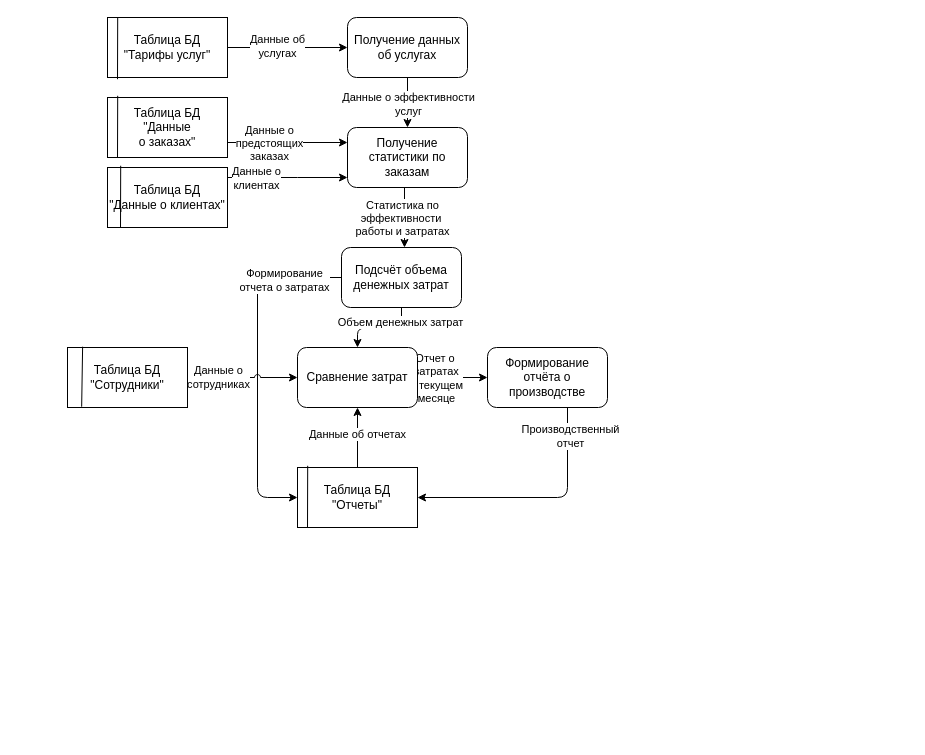
This is lab8/lab.drawio from MBHuman/7semURAIS, a draw.io file, before an edit. Source tidied: cells renumbered, new cells numbered last; positions are measured from the earlier drawing's top-left corner, leaving out a move shared by most shapes. Both pictures are drawn from the tidied source at 100%, with x=0, y=0 at pixel (67, 17).
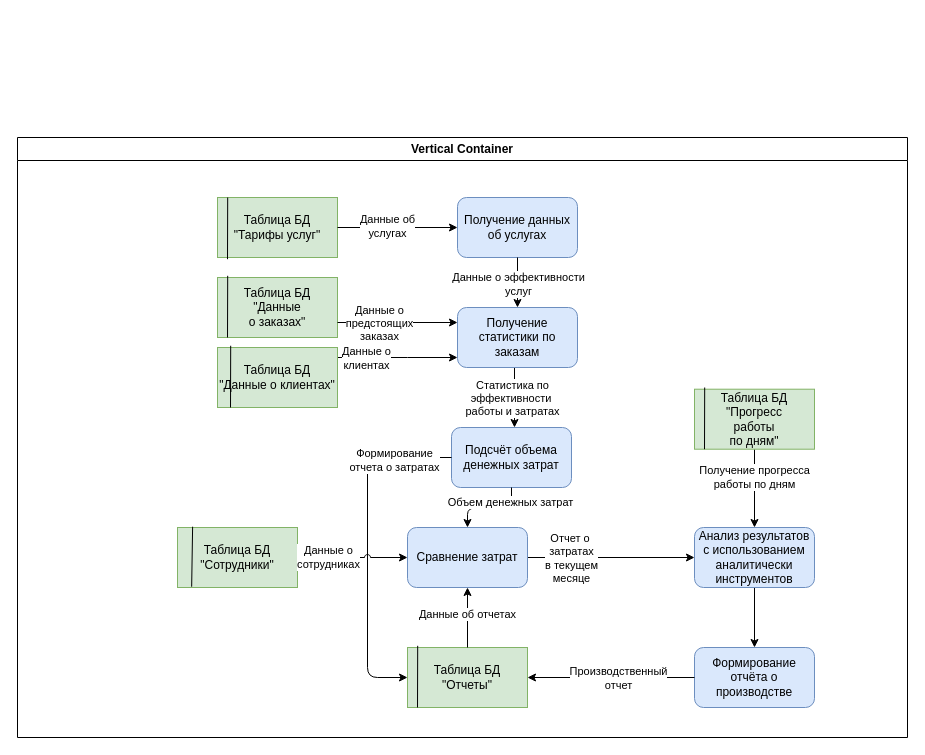
The same diagram, later.

Diff of the diagram source:
```diff
@@
+    <mxCell id="39" value="Vertical Container" style="swimlane;whiteSpace=wrap;html=1;swimlaneFillColor=default;" parent="1" vertex="1">
+      <mxGeometry x="-50" y="120" width="890" height="600" as="geometry" />
+    </mxCell>
+    <mxCell id="4" value="Таблица БД &quot;Тарифы услуг&quot;" style="rounded=0;whiteSpace=wrap;html=1;fillColor=#d5e8d4;strokeColor=#82b366;" parent="39" vertex="1">
+      <mxGeometry x="200" y="60" width="120" height="60" as="geometry" />
+    </mxCell>
+    <mxCell id="7" value="Таблица БД&lt;br&gt;&quot;Данные &lt;br&gt;о заказах&quot;" style="rounded=0;whiteSpace=wrap;html=1;fillColor=#d5e8d4;strokeColor=#82b366;" parent="39" vertex="1">
+      <mxGeometry x="200" y="140" width="120" height="60" as="geometry" />
+    </mxCell>
+    <mxCell id="10" value="Получение данных об услугах" style="rounded=1;whiteSpace=wrap;html=1;fillColor=#dae8fc;strokeColor=#6c8ebf;" parent="39" vertex="1">
+      <mxGeometry x="440" y="60" width="120" height="60" as="geometry" />
+    </mxCell>
-    <mxCell id="2" style="edgeStyle=orthogonalEdgeStyle;html=1;" parent="1" edge="1" source="4" target="10">
+    <mxCell id="2" style="edgeStyle=orthogonalEdgeStyle;html=1;" parent="39" edge="1" source="4" target="10">
       <mxGeometry relative="1" as="geometry" />
     </mxCell>
@@
-    <mxCell id="4" value="Таблица БД &quot;Тарифы услуг&quot;" style="rounded=0;whiteSpace=wrap;html=1;" parent="1" vertex="1">
-      <mxGeometry x="40" width="120" height="60" as="geometry" />
-    </mxCell>
-    <mxCell id="5" style="edgeStyle=elbowEdgeStyle;html=1;elbow=vertical;" parent="1" edge="1" source="7" target="18">
-      <mxGeometry relative="1" as="geometry" />
-    </mxCell>
-    <mxCell id="6" value="Данные о&lt;br&gt;предстоящих&lt;br&gt;заказах" style="edgeLabel;html=1;align=center;verticalAlign=middle;" parent="5" vertex="1">
-      <mxGeometry x="-0.31" relative="1" as="geometry" />
-    </mxCell>
-    <mxCell id="7" value="Таблица БД&lt;br&gt;&quot;Данные &lt;br&gt;о заказах&quot;" style="rounded=0;whiteSpace=wrap;html=1;" parent="1" vertex="1">
-      <mxGeometry x="40" y="80" width="120" height="60" as="geometry" />
-    </mxCell>
-    <mxCell id="8" style="edgeStyle=orthogonalEdgeStyle;html=1;" parent="1" edge="1" source="10" target="18">
-      <mxGeometry relative="1" as="geometry" />
-    </mxCell>
-    <mxCell id="9" value="Данные о эффективности&lt;br&gt;услуг" style="edgeLabel;html=1;align=center;verticalAlign=middle;" parent="8" vertex="1">
-      <mxGeometry x="0.02" relative="1" as="geometry" />
-    </mxCell>
-    <mxCell id="10" value="Получение данных об услугах" style="rounded=1;whiteSpace=wrap;html=1;" parent="1" vertex="1">
-      <mxGeometry x="280" width="120" height="60" as="geometry" />
-    </mxCell>
-    <mxCell id="11" style="edgeStyle=elbowEdgeStyle;html=1;elbow=vertical;" parent="1" edge="1" source="15" target="33">
-      <mxGeometry relative="1" as="geometry" />
-    </mxCell>
-    <mxCell id="12" value="Объем денежных затрат" style="edgeLabel;html=1;align=center;verticalAlign=middle;" parent="11" vertex="1">
-      <mxGeometry x="-0.66" y="-2" relative="1" as="geometry" />
-    </mxCell>
-    <mxCell id="13" style="edgeStyle=orthogonalEdgeStyle;html=1;jumpStyle=arc;" parent="1" edge="1" source="15" target="30">
-      <mxGeometry relative="1" as="geometry">
-        <Array as="points">
-          <mxPoint x="190" y="260" />
-          <mxPoint x="190" y="480" />
-        </Array>
-      </mxGeometry>
-    </mxCell>
-    <mxCell id="14" value="Формирование&lt;br&gt;отчета о затратах" style="edgeLabel;html=1;align=center;verticalAlign=middle;" parent="13" vertex="1">
-      <mxGeometry x="-0.66" y="2" relative="1" as="geometry" />
-    </mxCell>
-    <mxCell id="15" value="Подсчёт объема денежных затрат" style="rounded=1;whiteSpace=wrap;html=1;" parent="1" vertex="1">
-      <mxGeometry x="274" y="230" width="120" height="60" as="geometry" />
+    <mxCell id="15" value="Подсчёт объема денежных затрат" style="rounded=1;whiteSpace=wrap;html=1;fillColor=#dae8fc;strokeColor=#6c8ebf;" parent="39" vertex="1">
+      <mxGeometry x="434" y="290" width="120" height="60" as="geometry" />
     </mxCell>
-    <mxCell id="16" style="edgeStyle=elbowEdgeStyle;html=1;" parent="1" edge="1" source="18" target="15">
+    <mxCell id="16" style="edgeStyle=elbowEdgeStyle;html=1;" parent="39" edge="1" source="18" target="15">
       <mxGeometry relative="1" as="geometry" />
     </mxCell>
@@
-    <mxCell id="18" value="Получение статистики по заказам" style="rounded=1;whiteSpace=wrap;html=1;" parent="1" vertex="1">
-      <mxGeometry x="280" y="110" width="120" height="60" as="geometry" />
+    <mxCell id="18" value="Получение статистики по заказам" style="rounded=1;whiteSpace=wrap;html=1;fillColor=#dae8fc;strokeColor=#6c8ebf;" parent="39" vertex="1">
+      <mxGeometry x="440" y="170" width="120" height="60" as="geometry" />
     </mxCell>
-    <mxCell id="19" style="edgeStyle=orthogonalEdgeStyle;html=1;" parent="1" edge="1" source="21" target="30">
-      <mxGeometry relative="1" as="geometry">
-        <Array as="points">
-          <mxPoint x="500" y="480" />
-        </Array>
-      </mxGeometry>
-    </mxCell>
-    <mxCell id="20" value="Производственный&lt;br&gt;отчет" style="edgeLabel;html=1;align=center;verticalAlign=middle;" parent="19" vertex="1">
-      <mxGeometry x="-0.77" y="2" relative="1" as="geometry" />
-    </mxCell>
+    <mxCell id="5" style="edgeStyle=elbowEdgeStyle;html=1;elbow=vertical;" parent="39" edge="1" source="7" target="18">
+      <mxGeometry relative="1" as="geometry" />
+    </mxCell>
+    <mxCell id="6" value="Данные о&lt;br&gt;предстоящих&lt;br&gt;заказах" style="edgeLabel;html=1;align=center;verticalAlign=middle;" parent="5" vertex="1">
+      <mxGeometry x="-0.31" relative="1" as="geometry" />
+    </mxCell>
+    <mxCell id="8" style="edgeStyle=orthogonalEdgeStyle;html=1;" parent="39" edge="1" source="10" target="18">
+      <mxGeometry relative="1" as="geometry" />
+    </mxCell>
+    <mxCell id="9" value="Данные о эффективности&lt;br&gt;услуг" style="edgeLabel;html=1;align=center;verticalAlign=middle;" parent="8" vertex="1">
+      <mxGeometry x="0.02" relative="1" as="geometry" />
+    </mxCell>
-    <mxCell id="21" value="Формирование отчёта о производстве" style="rounded=1;whiteSpace=wrap;html=1;" parent="1" vertex="1">
-      <mxGeometry x="420" y="330" width="120" height="60" as="geometry" />
+    <mxCell id="21" value="Формирование отчёта о производстве" style="rounded=1;whiteSpace=wrap;html=1;fillColor=#dae8fc;strokeColor=#6c8ebf;" parent="39" vertex="1">
+      <mxGeometry x="677" y="510" width="120" height="60" as="geometry" />
     </mxCell>
-    <mxCell id="22" style="edgeStyle=elbowEdgeStyle;html=1;elbow=vertical;" parent="1" edge="1" source="24" target="18">
+    <mxCell id="22" style="edgeStyle=elbowEdgeStyle;html=1;elbow=vertical;" parent="39" edge="1" source="24" target="18">
       <mxGeometry relative="1" as="geometry" />
     </mxCell>
@@
-    <mxCell id="24" value="Таблица БД&lt;br&gt;&quot;Данные о клиентах&quot;" style="rounded=0;whiteSpace=wrap;html=1;" parent="1" vertex="1">
-      <mxGeometry x="40" y="150" width="120" height="60" as="geometry" />
+    <mxCell id="24" value="Таблица БД&lt;br&gt;&quot;Данные о клиентах&quot;" style="rounded=0;whiteSpace=wrap;html=1;fillColor=#d5e8d4;strokeColor=#82b366;" parent="39" vertex="1">
+      <mxGeometry x="200" y="210" width="120" height="60" as="geometry" />
     </mxCell>
+    <mxCell id="27" value="Таблица БД&lt;br style=&quot;border-color: var(--border-color);&quot;&gt;&quot;Сотрудники&quot;" style="rounded=0;whiteSpace=wrap;html=1;fillColor=#d5e8d4;strokeColor=#82b366;" parent="39" vertex="1">
+      <mxGeometry x="160" y="390" width="120" height="60" as="geometry" />
+    </mxCell>
+    <mxCell id="30" value="Таблица БД&lt;br style=&quot;border-color: var(--border-color);&quot;&gt;&quot;Отчеты&quot;" style="rounded=0;whiteSpace=wrap;html=1;fillColor=#d5e8d4;strokeColor=#82b366;" parent="39" vertex="1">
+      <mxGeometry x="390" y="510" width="120" height="60" as="geometry" />
+    </mxCell>
+    <mxCell id="13" style="edgeStyle=orthogonalEdgeStyle;html=1;jumpStyle=arc;" parent="39" edge="1" source="15" target="30">
+      <mxGeometry relative="1" as="geometry">
+        <Array as="points">
+          <mxPoint x="350" y="320" />
+          <mxPoint x="350" y="540" />
+        </Array>
+      </mxGeometry>
+    </mxCell>
+    <mxCell id="14" value="Формирование&lt;br&gt;отчета о затратах" style="edgeLabel;html=1;align=center;verticalAlign=middle;" parent="13" vertex="1">
+      <mxGeometry x="-0.66" y="2" relative="1" as="geometry" />
+    </mxCell>
+    <mxCell id="19" style="edgeStyle=orthogonalEdgeStyle;html=1;" parent="39" edge="1" source="21" target="30">
+      <mxGeometry relative="1" as="geometry">
+        <Array as="points">
+          <mxPoint x="770" y="540" />
+        </Array>
+      </mxGeometry>
+    </mxCell>
+    <mxCell id="20" value="Производственный&lt;br&gt;отчет" style="edgeLabel;html=1;align=center;verticalAlign=middle;" parent="19" vertex="1">
+      <mxGeometry x="-0.77" y="2" relative="1" as="geometry">
+        <mxPoint x="-58" y="-2" as="offset" />
+      </mxGeometry>
+    </mxCell>
+    <mxCell id="40" style="edgeStyle=orthogonalEdgeStyle;html=1;" parent="39" edge="1" source="33" target="46">
+      <mxGeometry relative="1" as="geometry" />
+    </mxCell>
+    <mxCell id="32" value="Отчет о&amp;nbsp;&lt;br&gt;затратах&lt;br&gt;в текущем&lt;br&gt;месяце" style="edgeLabel;html=1;align=center;verticalAlign=middle;" parent="40" vertex="1">
+      <mxGeometry x="-0.48" relative="1" as="geometry" />
+    </mxCell>
+    <mxCell id="33" value="Сравнение затрат" style="rounded=1;whiteSpace=wrap;html=1;fillColor=#dae8fc;strokeColor=#6c8ebf;" parent="39" vertex="1">
+      <mxGeometry x="390" y="390" width="120" height="60" as="geometry" />
+    </mxCell>
+    <mxCell id="11" style="edgeStyle=elbowEdgeStyle;html=1;elbow=vertical;" parent="39" edge="1" source="15" target="33">
+      <mxGeometry relative="1" as="geometry" />
+    </mxCell>
+    <mxCell id="12" value="Объем денежных затрат" style="edgeLabel;html=1;align=center;verticalAlign=middle;" parent="11" vertex="1">
+      <mxGeometry x="-0.66" y="-2" relative="1" as="geometry" />
+    </mxCell>
-    <mxCell id="25" style="edgeStyle=orthogonalEdgeStyle;html=1;jumpStyle=arc;" parent="1" edge="1" source="27" target="33">
+    <mxCell id="25" style="edgeStyle=orthogonalEdgeStyle;html=1;jumpStyle=arc;" parent="39" edge="1" source="27" target="33">
       <mxGeometry relative="1" as="geometry" />
     </mxCell>
@@
-    <mxCell id="27" value="Таблица БД&lt;br style=&quot;border-color: var(--border-color);&quot;&gt;&quot;Сотрудники&quot;" style="rounded=0;whiteSpace=wrap;html=1;" parent="1" vertex="1">
-      <mxGeometry y="330" width="120" height="60" as="geometry" />
-    </mxCell>
-    <mxCell id="28" style="edgeStyle=orthogonalEdgeStyle;html=1;" parent="1" edge="1" source="30" target="33">
+    <mxCell id="28" style="edgeStyle=orthogonalEdgeStyle;html=1;" parent="39" edge="1" source="30" target="33">
       <mxGeometry relative="1" as="geometry" />
     </mxCell>
@@
-    <mxCell id="30" value="Таблица БД&lt;br style=&quot;border-color: var(--border-color);&quot;&gt;&quot;Отчеты&quot;" style="rounded=0;whiteSpace=wrap;html=1;" parent="1" vertex="1">
-      <mxGeometry x="230" y="450" width="120" height="60" as="geometry" />
-    </mxCell>
-    <mxCell id="31" style="edgeStyle=orthogonalEdgeStyle;html=1;" parent="1" edge="1" source="33" target="21">
-      <mxGeometry relative="1" as="geometry" />
-    </mxCell>
-    <mxCell id="32" value="Отчет о&amp;nbsp;&lt;br&gt;затратах&lt;br&gt;в текущем&lt;br&gt;месяце" style="edgeLabel;html=1;align=center;verticalAlign=middle;" parent="31" vertex="1">
-      <mxGeometry x="-0.48" relative="1" as="geometry" />
-    </mxCell>
-    <mxCell id="33" value="Сравнение затрат" style="rounded=1;whiteSpace=wrap;html=1;" parent="1" vertex="1">
-      <mxGeometry x="230" y="330" width="120" height="60" as="geometry" />
-    </mxCell>
-    <mxCell id="34" style="endArrow=none;html=1;jumpStyle=arc;entryX=0.126;entryY=-0.013;entryDx=0;entryDy=0;entryPerimeter=0;exitX=0.118;exitY=0.987;exitDx=0;exitDy=0;exitPerimeter=0;edgeStyle=elbowEdgeStyle;elbow=vertical;" parent="1" edge="1" source="27" target="27">
+    <mxCell id="34" style="endArrow=none;html=1;jumpStyle=arc;entryX=0.126;entryY=-0.013;entryDx=0;entryDy=0;entryPerimeter=0;exitX=0.118;exitY=0.987;exitDx=0;exitDy=0;exitPerimeter=0;edgeStyle=elbowEdgeStyle;elbow=vertical;" parent="39" edge="1" source="27" target="27">
       <mxGeometry relative="1" as="geometry" />
     </mxCell>
-    <mxCell id="35" style="endArrow=none;html=1;jumpStyle=arc;edgeStyle=elbowEdgeStyle;elbow=vertical;entryX=0.11;entryY=-0.029;entryDx=0;entryDy=0;entryPerimeter=0;" parent="1" edge="1" target="24">
-      <mxGeometry relative="1" as="geometry">
-        <mxPoint x="53" y="210" as="sourcePoint" />
-      </mxGeometry>
-    </mxCell>
-    <mxCell id="36" style="endArrow=none;html=1;jumpStyle=arc;edgeStyle=elbowEdgeStyle;elbow=vertical;entryX=0.11;entryY=-0.029;entryDx=0;entryDy=0;entryPerimeter=0;" parent="1" edge="1">
-      <mxGeometry relative="1" as="geometry">
-        <mxPoint x="50" y="140" as="sourcePoint" />
-        <mxPoint x="50.2" y="78.3" as="targetPoint" />
-      </mxGeometry>
-    </mxCell>
-    <mxCell id="37" style="endArrow=none;html=1;jumpStyle=arc;edgeStyle=elbowEdgeStyle;elbow=vertical;entryX=0.11;entryY=-0.029;entryDx=0;entryDy=0;entryPerimeter=0;" parent="1" edge="1">
-      <mxGeometry relative="1" as="geometry">
-        <mxPoint x="50" y="61.7" as="sourcePoint" />
-        <mxPoint x="50.2" as="targetPoint" />
-      </mxGeometry>
-    </mxCell>
-    <mxCell id="38" style="endArrow=none;html=1;jumpStyle=arc;edgeStyle=elbowEdgeStyle;elbow=vertical;entryX=0.11;entryY=-0.029;entryDx=0;entryDy=0;entryPerimeter=0;" parent="1" edge="1">
-      <mxGeometry relative="1" as="geometry">
-        <mxPoint x="240" y="510" as="sourcePoint" />
-        <mxPoint x="240.2" y="448.3" as="targetPoint" />
-      </mxGeometry>
-    </mxCell>
+    <mxCell id="41" style="endArrow=none;html=1;jumpStyle=arc;edgeStyle=elbowEdgeStyle;elbow=vertical;entryX=0.11;entryY=-0.029;entryDx=0;entryDy=0;entryPerimeter=0;" parent="39" edge="1" target="24">
+      <mxGeometry relative="1" as="geometry">
+        <mxPoint x="213" y="270" as="sourcePoint" />
+      </mxGeometry>
+    </mxCell>
+    <mxCell id="42" style="endArrow=none;html=1;jumpStyle=arc;edgeStyle=elbowEdgeStyle;elbow=vertical;entryX=0.11;entryY=-0.029;entryDx=0;entryDy=0;entryPerimeter=0;" parent="39" edge="1">
+      <mxGeometry relative="1" as="geometry">
+        <mxPoint x="210" y="200" as="sourcePoint" />
+        <mxPoint x="210.2" y="138.3" as="targetPoint" />
+      </mxGeometry>
+    </mxCell>
+    <mxCell id="43" style="endArrow=none;html=1;jumpStyle=arc;edgeStyle=elbowEdgeStyle;elbow=vertical;entryX=0.11;entryY=-0.029;entryDx=0;entryDy=0;entryPerimeter=0;" parent="39" edge="1">
+      <mxGeometry relative="1" as="geometry">
+        <mxPoint x="210" y="121.7" as="sourcePoint" />
+        <mxPoint x="210.2" y="60" as="targetPoint" />
+      </mxGeometry>
+    </mxCell>
+    <mxCell id="44" style="endArrow=none;html=1;jumpStyle=arc;edgeStyle=elbowEdgeStyle;elbow=vertical;entryX=0.11;entryY=-0.029;entryDx=0;entryDy=0;entryPerimeter=0;" parent="39" edge="1">
+      <mxGeometry relative="1" as="geometry">
+        <mxPoint x="400" y="570" as="sourcePoint" />
+        <mxPoint x="400.2" y="508.3" as="targetPoint" />
+      </mxGeometry>
+    </mxCell>
+    <mxCell id="45" style="edgeStyle=none;html=1;" parent="39" edge="1" source="46" target="21">
+      <mxGeometry relative="1" as="geometry" />
+    </mxCell>
+    <mxCell id="46" value="Анализ результатов с использованием аналитически инструментов" style="rounded=1;whiteSpace=wrap;html=1;fillColor=#dae8fc;strokeColor=#6c8ebf;" parent="39" vertex="1">
+      <mxGeometry x="677" y="390" width="120" height="60" as="geometry" />
+    </mxCell>
+    <mxCell id="47" style="edgeStyle=none;html=1;" parent="39" edge="1" source="49" target="46">
+      <mxGeometry relative="1" as="geometry" />
+    </mxCell>
+    <mxCell id="48" value="Получение прогресса&lt;br&gt;работы по дням" style="edgeLabel;html=1;align=center;verticalAlign=middle;" parent="47" vertex="1">
+      <mxGeometry x="-0.29" y="-1" relative="1" as="geometry" />
+    </mxCell>
+    <mxCell id="49" value="Таблица БД&lt;br style=&quot;border-color: var(--border-color);&quot;&gt;&quot;Прогресс&lt;br&gt;работы&lt;br&gt;по дням&quot;" style="rounded=0;whiteSpace=wrap;html=1;fillColor=#d5e8d4;strokeColor=#82b366;" parent="39" vertex="1">
+      <mxGeometry x="677" y="251.7" width="120" height="60" as="geometry" />
+    </mxCell>
+    <mxCell id="50" style="endArrow=none;html=1;jumpStyle=arc;edgeStyle=elbowEdgeStyle;elbow=vertical;entryX=0.11;entryY=-0.029;entryDx=0;entryDy=0;entryPerimeter=0;" parent="39" edge="1">
+      <mxGeometry relative="1" as="geometry">
+        <mxPoint x="687" y="311.7" as="sourcePoint" />
+        <mxPoint x="687.2" y="250" as="targetPoint" />
+      </mxGeometry>
+    </mxCell>
```
